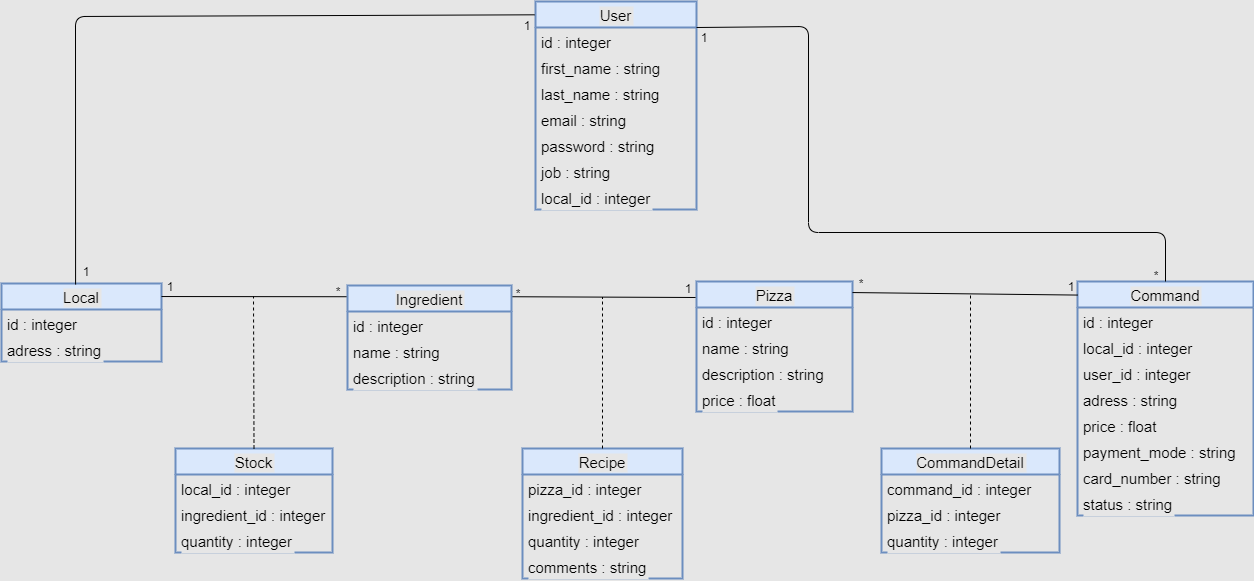
Earlier version of the draw.io export diagrammes/class_diagram.png (Tony380/Projet6). Source tidied: cells renumbered, new cells last; positions are measured from the earlier drawing's top-left corner, leaving out a move shared by most shapes. Source of this version:
```xml
<mxGraphModel background="#E6E6E6">
  <root>
    <mxCell id="0" />
    <mxCell id="1" parent="0" />
    <mxCell id="2" value="Command" style="swimlane;fontStyle=0;horizontal=1;startSize=26;fillColor=#dae8fc;strokeWidth=2;labelBackgroundColor=#E6E6E6;fontSize=15;strokeColor=#6c8ebf;" parent="1" vertex="1">
      <mxGeometry x="1076" y="280" width="176" height="234" as="geometry" />
    </mxCell>
    <mxCell id="3" value="id : integer" style="text;strokeColor=none;fillColor=none;align=left;verticalAlign=top;spacingLeft=4;spacingRight=4;overflow=hidden;labelBackgroundColor=#E6E6E6;fontSize=15;" parent="2" vertex="1">
      <mxGeometry y="26" width="176" height="26" as="geometry" />
    </mxCell>
    <mxCell id="4" value="local_id : integer" style="text;strokeColor=none;fillColor=none;align=left;verticalAlign=top;spacingLeft=4;spacingRight=4;overflow=hidden;labelBackgroundColor=#E6E6E6;fontSize=15;" parent="2" vertex="1">
      <mxGeometry y="52" width="176" height="26" as="geometry" />
    </mxCell>
    <mxCell id="5" value="user_id : integer" style="text;strokeColor=none;fillColor=none;align=left;verticalAlign=top;spacingLeft=4;spacingRight=4;overflow=hidden;labelBackgroundColor=#E6E6E6;fontSize=15;" parent="2" vertex="1">
      <mxGeometry y="78" width="176" height="26" as="geometry" />
    </mxCell>
    <mxCell id="6" value="adress : string" style="text;strokeColor=none;fillColor=none;align=left;verticalAlign=top;spacingLeft=4;spacingRight=4;overflow=hidden;labelBackgroundColor=#E6E6E6;fontSize=15;" parent="2" vertex="1">
      <mxGeometry y="104" width="176" height="26" as="geometry" />
    </mxCell>
    <mxCell id="7" value="price : float" style="text;strokeColor=none;fillColor=none;align=left;verticalAlign=top;spacingLeft=4;spacingRight=4;overflow=hidden;labelBackgroundColor=#E6E6E6;fontSize=15;" parent="2" vertex="1">
      <mxGeometry y="130" width="176" height="26" as="geometry" />
    </mxCell>
    <mxCell id="8" value="payment_mode : string" style="text;strokeColor=none;fillColor=none;align=left;verticalAlign=top;spacingLeft=4;spacingRight=4;overflow=hidden;labelBackgroundColor=#E6E6E6;fontSize=15;" parent="2" vertex="1">
      <mxGeometry y="156" width="176" height="26" as="geometry" />
    </mxCell>
    <mxCell id="9" value="card_number : string" style="text;strokeColor=none;fillColor=none;align=left;verticalAlign=top;spacingLeft=4;spacingRight=4;overflow=hidden;labelBackgroundColor=#E6E6E6;fontSize=15;" parent="2" vertex="1">
      <mxGeometry y="182" width="176" height="26" as="geometry" />
    </mxCell>
    <mxCell id="10" value="status : string" style="text;strokeColor=none;fillColor=none;align=left;verticalAlign=top;spacingLeft=4;spacingRight=4;overflow=hidden;labelBackgroundColor=#E6E6E6;fontSize=15;" parent="2" vertex="1">
      <mxGeometry y="208" width="176" height="26" as="geometry" />
    </mxCell>
    <mxCell id="11" value="CommandDetail" style="swimlane;fontStyle=0;horizontal=1;startSize=26;fillColor=#dae8fc;labelBackgroundColor=#E6E6E6;strokeWidth=2;fontSize=15;strokeColor=#6c8ebf;" parent="1" vertex="1">
      <mxGeometry x="880" y="447" width="178" height="104" as="geometry" />
    </mxCell>
    <mxCell id="12" value="command_id : integer" style="text;strokeColor=none;fillColor=none;align=left;verticalAlign=top;spacingLeft=4;spacingRight=4;overflow=hidden;labelBackgroundColor=#E6E6E6;fontSize=15;" parent="11" vertex="1">
      <mxGeometry y="26" width="178" height="26" as="geometry" />
    </mxCell>
    <mxCell id="13" value="pizza_id : integer" style="text;strokeColor=none;fillColor=none;align=left;verticalAlign=top;spacingLeft=4;spacingRight=4;overflow=hidden;labelBackgroundColor=#E6E6E6;fontSize=15;" parent="11" vertex="1">
      <mxGeometry y="52" width="178" height="26" as="geometry" />
    </mxCell>
    <mxCell id="14" value="quantity : integer" style="text;strokeColor=none;fillColor=none;align=left;verticalAlign=top;spacingLeft=4;spacingRight=4;overflow=hidden;labelBackgroundColor=#E6E6E6;fontSize=15;" parent="11" vertex="1">
      <mxGeometry y="78" width="178" height="26" as="geometry" />
    </mxCell>
    <mxCell id="15" value="Recipe" style="swimlane;fontStyle=0;horizontal=1;startSize=26;fillColor=#dae8fc;labelBackgroundColor=#E6E6E6;strokeWidth=2;fontSize=15;strokeColor=#6c8ebf;" parent="1" vertex="1">
      <mxGeometry x="521" y="447" width="160" height="130" as="geometry" />
    </mxCell>
    <mxCell id="16" value="pizza_id : integer" style="text;strokeColor=none;fillColor=none;align=left;verticalAlign=top;spacingLeft=4;spacingRight=4;overflow=hidden;labelBackgroundColor=#E6E6E6;fontSize=15;" parent="15" vertex="1">
      <mxGeometry y="26" width="160" height="26" as="geometry" />
    </mxCell>
    <mxCell id="17" value="ingredient_id : integer" style="text;strokeColor=none;fillColor=none;align=left;verticalAlign=top;spacingLeft=4;spacingRight=4;overflow=hidden;labelBackgroundColor=#E6E6E6;fontSize=15;" parent="15" vertex="1">
      <mxGeometry y="52" width="160" height="26" as="geometry" />
    </mxCell>
    <mxCell id="18" value="quantity : integer" style="text;strokeColor=none;fillColor=none;align=left;verticalAlign=top;spacingLeft=4;spacingRight=4;overflow=hidden;labelBackgroundColor=#E6E6E6;fontSize=15;" parent="15" vertex="1">
      <mxGeometry y="78" width="160" height="26" as="geometry" />
    </mxCell>
    <mxCell id="19" value="comments : string" style="text;strokeColor=none;fillColor=none;align=left;verticalAlign=top;spacingLeft=4;spacingRight=4;overflow=hidden;labelBackgroundColor=#E6E6E6;fontSize=15;" parent="15" vertex="1">
      <mxGeometry y="104" width="160" height="26" as="geometry" />
    </mxCell>
    <mxCell id="20" value="Pizza" style="swimlane;fontStyle=0;horizontal=1;startSize=26;fillColor=#dae8fc;labelBackgroundColor=#E6E6E6;strokeWidth=2;fontSize=15;strokeColor=#6c8ebf;" parent="1" vertex="1">
      <mxGeometry x="695" y="280" width="156" height="130" as="geometry" />
    </mxCell>
    <mxCell id="21" value="id : integer" style="text;strokeColor=none;fillColor=none;align=left;verticalAlign=top;spacingLeft=4;spacingRight=4;overflow=hidden;labelBackgroundColor=#E6E6E6;fontSize=15;" parent="20" vertex="1">
      <mxGeometry y="26" width="156" height="26" as="geometry" />
    </mxCell>
    <mxCell id="22" value="name : string" style="text;strokeColor=none;fillColor=none;align=left;verticalAlign=top;spacingLeft=4;spacingRight=4;overflow=hidden;labelBackgroundColor=#E6E6E6;fontSize=15;" parent="20" vertex="1">
      <mxGeometry y="52" width="156" height="26" as="geometry" />
    </mxCell>
    <mxCell id="23" value="description : string" style="text;strokeColor=none;fillColor=none;align=left;verticalAlign=top;spacingLeft=4;spacingRight=4;overflow=hidden;labelBackgroundColor=#E6E6E6;fontSize=15;" parent="20" vertex="1">
      <mxGeometry y="78" width="156" height="26" as="geometry" />
    </mxCell>
    <mxCell id="24" value="price : float" style="text;strokeColor=none;fillColor=none;align=left;verticalAlign=top;spacingLeft=4;spacingRight=4;overflow=hidden;labelBackgroundColor=#E6E6E6;fontSize=15;" parent="20" vertex="1">
      <mxGeometry y="104" width="156" height="26" as="geometry" />
    </mxCell>
    <mxCell id="25" value="Stock" style="swimlane;fontStyle=0;horizontal=1;startSize=26;fillColor=#dae8fc;labelBackgroundColor=#E6E6E6;strokeWidth=2;fontSize=15;strokeColor=#6c8ebf;" parent="1" vertex="1">
      <mxGeometry x="174" y="447" width="157" height="104" as="geometry" />
    </mxCell>
    <mxCell id="26" value="local_id : integer" style="text;strokeColor=none;fillColor=none;align=left;verticalAlign=top;spacingLeft=4;spacingRight=4;overflow=hidden;labelBackgroundColor=#E6E6E6;fontSize=15;" parent="25" vertex="1">
      <mxGeometry y="26" width="157" height="26" as="geometry" />
    </mxCell>
    <mxCell id="27" value="ingredient_id : integer" style="text;strokeColor=none;fillColor=none;align=left;verticalAlign=top;spacingLeft=4;spacingRight=4;overflow=hidden;labelBackgroundColor=#E6E6E6;fontSize=15;" parent="25" vertex="1">
      <mxGeometry y="52" width="157" height="26" as="geometry" />
    </mxCell>
    <mxCell id="28" value="quantity : integer" style="text;strokeColor=none;fillColor=none;align=left;verticalAlign=top;spacingLeft=4;spacingRight=4;overflow=hidden;labelBackgroundColor=#E6E6E6;fontSize=15;" parent="25" vertex="1">
      <mxGeometry y="78" width="157" height="26" as="geometry" />
    </mxCell>
    <mxCell id="29" value="Local" style="swimlane;fontStyle=0;horizontal=1;startSize=26;fillColor=#dae8fc;labelBackgroundColor=#E6E6E6;strokeWidth=2;fontSize=15;strokeColor=#6c8ebf;" parent="1" vertex="1">
      <mxGeometry y="282" width="160" height="78" as="geometry" />
    </mxCell>
    <mxCell id="30" value="id : integer" style="text;strokeColor=none;fillColor=none;align=left;verticalAlign=top;spacingLeft=4;spacingRight=4;overflow=hidden;labelBackgroundColor=#E6E6E6;fontSize=15;" parent="29" vertex="1">
      <mxGeometry y="26" width="160" height="26" as="geometry" />
    </mxCell>
    <mxCell id="31" value="adress : string" style="text;strokeColor=none;fillColor=none;align=left;verticalAlign=top;spacingLeft=4;spacingRight=4;overflow=hidden;labelBackgroundColor=#E6E6E6;fontSize=15;" parent="29" vertex="1">
      <mxGeometry y="52" width="160" height="26" as="geometry" />
    </mxCell>
    <mxCell id="32" style="endArrow=none;html=1;exitX=1;exitY=0.085;exitDx=0;exitDy=0;exitPerimeter=0;entryX=0;entryY=0.058;entryDx=0;entryDy=0;entryPerimeter=0;" parent="1" edge="1" source="20" target="2">
      <mxGeometry relative="1" as="geometry" />
    </mxCell>
    <mxCell id="33" style="endArrow=none;dashed=1;html=1;exitX=0.5;exitY=0;exitDx=0;exitDy=0;" parent="1" edge="1" source="11">
      <mxGeometry relative="1" as="geometry">
        <mxPoint x="969" y="291" as="targetPoint" />
      </mxGeometry>
    </mxCell>
    <mxCell id="34" style="endArrow=none;html=1;exitX=0.994;exitY=0.108;exitDx=0;exitDy=0;exitPerimeter=0;entryX=-0.006;entryY=0.123;entryDx=0;entryDy=0;entryPerimeter=0;" parent="1" edge="1" source="58" target="20">
      <mxGeometry relative="1" as="geometry" />
    </mxCell>
    <mxCell id="35" style="endArrow=none;dashed=1;html=1;exitX=0.5;exitY=0;exitDx=0;exitDy=0;" parent="1" edge="1" source="15">
      <mxGeometry relative="1" as="geometry">
        <mxPoint x="601" y="296" as="targetPoint" />
      </mxGeometry>
    </mxCell>
    <mxCell id="36" style="endArrow=none;html=1;entryX=0;entryY=0.108;entryDx=0;entryDy=0;entryPerimeter=0;exitX=1;exitY=0.167;exitDx=0;exitDy=0;exitPerimeter=0;" parent="1" edge="1" source="29" target="58">
      <mxGeometry relative="1" as="geometry" />
    </mxCell>
    <mxCell id="37" style="endArrow=none;dashed=1;html=1;exitX=0.5;exitY=0;exitDx=0;exitDy=0;" parent="1" edge="1" source="25">
      <mxGeometry relative="1" as="geometry">
        <mxPoint x="252" y="295" as="targetPoint" />
      </mxGeometry>
    </mxCell>
    <mxCell id="38" value="User" style="swimlane;fontStyle=0;horizontal=1;startSize=26;fillColor=#dae8fc;labelBackgroundColor=#E6E6E6;strokeWidth=2;fontSize=15;strokeColor=#6c8ebf;" parent="1" vertex="1">
      <mxGeometry x="534" width="161" height="208" as="geometry" />
    </mxCell>
    <mxCell id="39" value="id : integer" style="text;strokeColor=none;fillColor=none;align=left;verticalAlign=top;spacingLeft=4;spacingRight=4;overflow=hidden;points=[[0,0.5],[1,0.5]];portConstraint=eastwest;labelBackgroundColor=#E6E6E6;fontSize=15;" parent="38" vertex="1">
      <mxGeometry y="26" width="161" height="26" as="geometry" />
    </mxCell>
    <mxCell id="40" value="first_name : string" style="text;strokeColor=none;fillColor=none;align=left;verticalAlign=top;spacingLeft=4;spacingRight=4;overflow=hidden;labelBackgroundColor=#E6E6E6;fontSize=15;" parent="38" vertex="1">
      <mxGeometry y="52" width="161" height="26" as="geometry" />
    </mxCell>
    <mxCell id="41" value="last_name : string" style="text;strokeColor=none;fillColor=none;align=left;verticalAlign=top;spacingLeft=4;spacingRight=4;overflow=hidden;labelBackgroundColor=#E6E6E6;fontSize=15;" parent="38" vertex="1">
      <mxGeometry y="78" width="161" height="26" as="geometry" />
    </mxCell>
    <mxCell id="42" value="email : string" style="text;strokeColor=none;fillColor=none;align=left;verticalAlign=top;spacingLeft=4;spacingRight=4;overflow=hidden;labelBackgroundColor=#E6E6E6;fontSize=15;" parent="38" vertex="1">
      <mxGeometry y="104" width="161" height="26" as="geometry" />
    </mxCell>
    <mxCell id="43" value="password : string" style="text;strokeColor=none;fillColor=none;align=left;verticalAlign=top;spacingLeft=4;spacingRight=4;overflow=hidden;labelBackgroundColor=#E6E6E6;fontSize=15;" parent="38" vertex="1">
      <mxGeometry y="130" width="161" height="26" as="geometry" />
    </mxCell>
    <mxCell id="44" value="job : string" style="text;strokeColor=none;fillColor=none;align=left;verticalAlign=top;spacingLeft=4;spacingRight=4;overflow=hidden;labelBackgroundColor=#E6E6E6;fontSize=15;" parent="38" vertex="1">
      <mxGeometry y="156" width="161" height="26" as="geometry" />
    </mxCell>
    <mxCell id="45" value="local_id : integer" style="text;strokeColor=none;fillColor=none;align=left;verticalAlign=top;spacingLeft=4;spacingRight=4;overflow=hidden;labelBackgroundColor=#E6E6E6;fontSize=15;" parent="38" vertex="1">
      <mxGeometry y="182" width="161" height="26" as="geometry" />
    </mxCell>
    <mxCell id="46" style="endArrow=none;html=1;exitX=0.463;exitY=0.013;exitDx=0;exitDy=0;exitPerimeter=0;entryX=-0.006;entryY=0.064;entryDx=0;entryDy=0;entryPerimeter=0;" parent="1" edge="1" source="29" target="38">
      <mxGeometry relative="1" as="geometry">
        <Array as="points">
          <mxPoint x="74" y="15" />
        </Array>
      </mxGeometry>
    </mxCell>
    <mxCell id="47" style="endArrow=none;html=1;exitX=1;exitY=0;exitDx=0;exitDy=0;exitPerimeter=0;entryX=0.5;entryY=0;entryDx=0;entryDy=0;" parent="1" edge="1" source="39" target="2">
      <mxGeometry relative="1" as="geometry">
        <Array as="points">
          <mxPoint x="807" y="25" />
          <mxPoint x="807" y="231" />
          <mxPoint x="1164" y="231" />
        </Array>
      </mxGeometry>
    </mxCell>
    <mxCell id="48" value="1" style="text;html=1;strokeColor=none;fillColor=none;align=center;verticalAlign=middle;whiteSpace=wrap;rounded=0;" parent="1" vertex="1">
      <mxGeometry x="1050" y="275" width="40" height="20" as="geometry" />
    </mxCell>
    <mxCell id="49" value="*" style="text;html=1;strokeColor=none;fillColor=none;align=center;verticalAlign=middle;whiteSpace=wrap;rounded=0;" parent="1" vertex="1">
      <mxGeometry x="840" y="272" width="40" height="20" as="geometry" />
    </mxCell>
    <mxCell id="50" value="1" style="text;html=1;strokeColor=none;fillColor=none;align=center;verticalAlign=middle;whiteSpace=wrap;rounded=0;" parent="1" vertex="1">
      <mxGeometry x="683" y="26" width="40" height="20" as="geometry" />
    </mxCell>
    <mxCell id="51" value="*" style="text;html=1;strokeColor=none;fillColor=none;align=center;verticalAlign=middle;whiteSpace=wrap;rounded=0;" parent="1" vertex="1">
      <mxGeometry x="1135" y="264" width="40" height="20" as="geometry" />
    </mxCell>
    <mxCell id="52" value="*" style="text;html=1;strokeColor=none;fillColor=none;align=center;verticalAlign=middle;whiteSpace=wrap;rounded=0;" parent="1" vertex="1">
      <mxGeometry x="497" y="282" width="40" height="20" as="geometry" />
    </mxCell>
    <mxCell id="53" value="1" style="text;html=1;strokeColor=none;fillColor=none;align=center;verticalAlign=middle;whiteSpace=wrap;rounded=0;" parent="1" vertex="1">
      <mxGeometry x="667" y="277" width="40" height="20" as="geometry" />
    </mxCell>
    <mxCell id="54" value="1" style="text;html=1;strokeColor=none;fillColor=none;align=center;verticalAlign=middle;whiteSpace=wrap;rounded=0;" parent="1" vertex="1">
      <mxGeometry x="149" y="275" width="40" height="20" as="geometry" />
    </mxCell>
    <mxCell id="55" value="*" style="text;html=1;strokeColor=none;fillColor=none;align=center;verticalAlign=middle;whiteSpace=wrap;rounded=0;" parent="1" vertex="1">
      <mxGeometry x="317" y="280" width="40" height="20" as="geometry" />
    </mxCell>
    <mxCell id="56" value="1" style="text;html=1;strokeColor=none;fillColor=none;align=center;verticalAlign=middle;whiteSpace=wrap;rounded=0;" parent="1" vertex="1">
      <mxGeometry x="65" y="260" width="40" height="20" as="geometry" />
    </mxCell>
    <mxCell id="57" value="1" style="text;html=1;strokeColor=none;fillColor=none;align=center;verticalAlign=middle;whiteSpace=wrap;rounded=0;" parent="1" vertex="1">
      <mxGeometry x="506" y="14" width="40" height="20" as="geometry" />
    </mxCell>
    <mxCell id="58" value="Ingredient" style="swimlane;fontStyle=0;horizontal=1;startSize=26;fillColor=#dae8fc;labelBackgroundColor=#E6E6E6;strokeWidth=2;fontSize=15;strokeColor=#6c8ebf;" parent="1" vertex="1">
      <mxGeometry x="346" y="284" width="164" height="104" as="geometry" />
    </mxCell>
    <mxCell id="59" value="id : integer" style="text;strokeColor=none;fillColor=none;align=left;verticalAlign=top;spacingLeft=4;spacingRight=4;overflow=hidden;labelBackgroundColor=#E6E6E6;fontSize=15;" parent="58" vertex="1">
      <mxGeometry y="26" width="164" height="26" as="geometry" />
    </mxCell>
    <mxCell id="60" value="name : string" style="text;strokeColor=none;fillColor=none;align=left;verticalAlign=top;spacingLeft=4;spacingRight=4;overflow=hidden;labelBackgroundColor=#E6E6E6;fontSize=15;" parent="58" vertex="1">
      <mxGeometry y="52" width="164" height="26" as="geometry" />
    </mxCell>
    <mxCell id="61" value="description : string" style="text;strokeColor=none;fillColor=none;align=left;verticalAlign=top;spacingLeft=4;spacingRight=4;overflow=hidden;labelBackgroundColor=#E6E6E6;fontSize=15;" parent="58" vertex="1">
      <mxGeometry y="78" width="164" height="26" as="geometry" />
    </mxCell>
  </root>
</mxGraphModel>
```
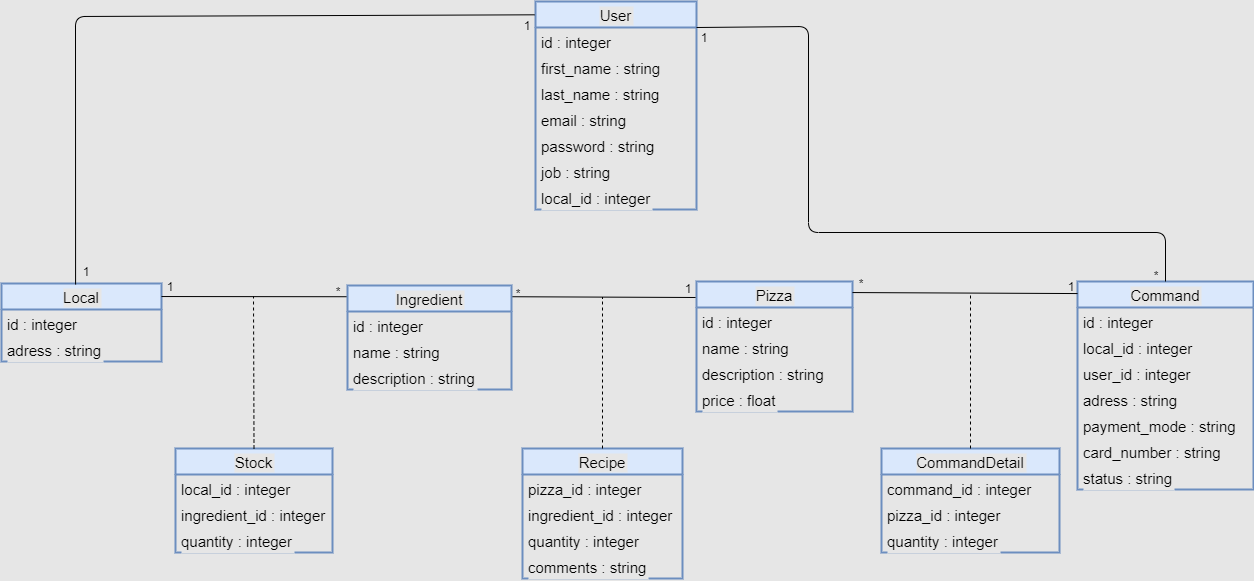
After the commit.

What changed in the source:
```diff
@@ -3,7 +3,7 @@
     <mxCell id="0" />
     <mxCell id="1" parent="0" />
     <mxCell id="2" value="Command" style="swimlane;fontStyle=0;horizontal=1;startSize=26;fillColor=#dae8fc;strokeWidth=2;labelBackgroundColor=#E6E6E6;fontSize=15;strokeColor=#6c8ebf;" parent="1" vertex="1">
-      <mxGeometry x="1076" y="280" width="176" height="234" as="geometry" />
+      <mxGeometry x="1076" y="280" width="176" height="208" as="geometry" />
     </mxCell>
     <mxCell id="3" value="id : integer" style="text;strokeColor=none;fillColor=none;align=left;verticalAlign=top;spacingLeft=4;spacingRight=4;overflow=hidden;labelBackgroundColor=#E6E6E6;fontSize=15;" parent="2" vertex="1">
       <mxGeometry y="26" width="176" height="26" as="geometry" />
@@ -17,17 +17,14 @@
     <mxCell id="6" value="adress : string" style="text;strokeColor=none;fillColor=none;align=left;verticalAlign=top;spacingLeft=4;spacingRight=4;overflow=hidden;labelBackgroundColor=#E6E6E6;fontSize=15;" parent="2" vertex="1">
       <mxGeometry y="104" width="176" height="26" as="geometry" />
     </mxCell>
-    <mxCell id="7" value="price : float" style="text;strokeColor=none;fillColor=none;align=left;verticalAlign=top;spacingLeft=4;spacingRight=4;overflow=hidden;labelBackgroundColor=#E6E6E6;fontSize=15;" parent="2" vertex="1">
-      <mxGeometry y="130" width="176" height="26" as="geometry" />
-    </mxCell>
     <mxCell id="8" value="payment_mode : string" style="text;strokeColor=none;fillColor=none;align=left;verticalAlign=top;spacingLeft=4;spacingRight=4;overflow=hidden;labelBackgroundColor=#E6E6E6;fontSize=15;" parent="2" vertex="1">
-      <mxGeometry y="156" width="176" height="26" as="geometry" />
+      <mxGeometry y="130" width="176" height="26" as="geometry" />
     </mxCell>
     <mxCell id="9" value="card_number : string" style="text;strokeColor=none;fillColor=none;align=left;verticalAlign=top;spacingLeft=4;spacingRight=4;overflow=hidden;labelBackgroundColor=#E6E6E6;fontSize=15;" parent="2" vertex="1">
-      <mxGeometry y="182" width="176" height="26" as="geometry" />
+      <mxGeometry y="156" width="176" height="26" as="geometry" />
     </mxCell>
     <mxCell id="10" value="status : string" style="text;strokeColor=none;fillColor=none;align=left;verticalAlign=top;spacingLeft=4;spacingRight=4;overflow=hidden;labelBackgroundColor=#E6E6E6;fontSize=15;" parent="2" vertex="1">
-      <mxGeometry y="208" width="176" height="26" as="geometry" />
+      <mxGeometry y="182" width="176" height="26" as="geometry" />
     </mxCell>
     <mxCell id="11" value="CommandDetail" style="swimlane;fontStyle=0;horizontal=1;startSize=26;fillColor=#dae8fc;labelBackgroundColor=#E6E6E6;strokeWidth=2;fontSize=15;strokeColor=#6c8ebf;" parent="1" vertex="1">
       <mxGeometry x="880" y="447" width="178" height="104" as="geometry" />
```
